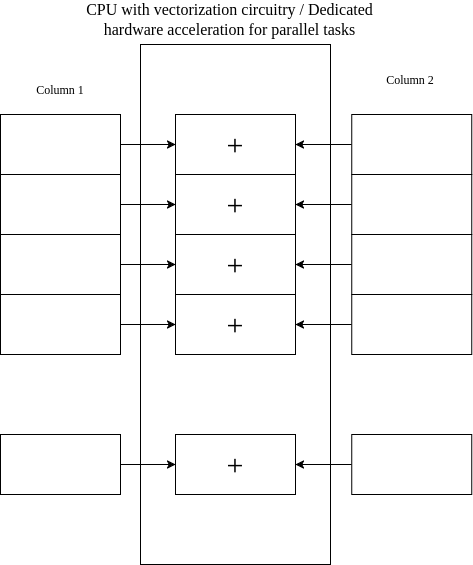
This is public/ox-hugo/HardwareAcceleration.png from Joash09/blog, a draw.io export, as it was before one commit. Source tidied: cells renumbered, new cells last; positions are measured from the earlier drawing's top-left corner, leaving out a move shared by most shapes.
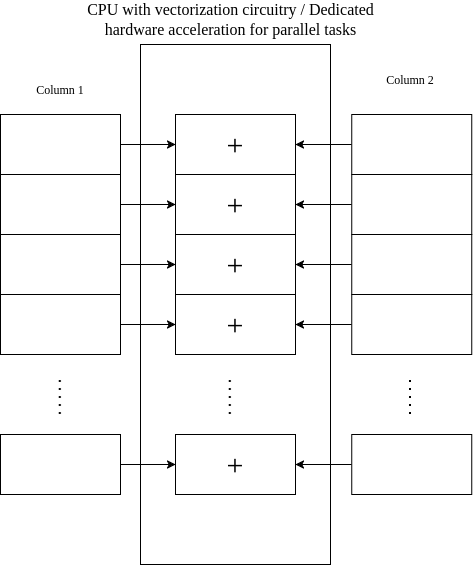
After the commit.

Commit message:
Minor spelling / grammar fixes

What changed in the source:
```diff
@@ -89,5 +89,23 @@
     <mxCell id="30" value="Column 2" style="text;html=1;whiteSpace=wrap;strokeColor=none;fillColor=none;align=center;verticalAlign=middle;rounded=0;" parent="1" vertex="1">
       <mxGeometry x="380" y="60" width="60" height="30" as="geometry" />
     </mxCell>
+    <mxCell id="31" style="endArrow=none;dashed=1;html=1;dashPattern=1 3;strokeWidth=2;rounded=0;" parent="1" edge="1">
+      <mxGeometry relative="1" as="geometry">
+        <mxPoint x="410" y="410" as="sourcePoint" />
+        <mxPoint x="410" y="370" as="targetPoint" />
+      </mxGeometry>
+    </mxCell>
+    <mxCell id="32" style="endArrow=none;dashed=1;html=1;dashPattern=1 3;strokeWidth=2;rounded=0;" parent="1" edge="1">
+      <mxGeometry relative="1" as="geometry">
+        <mxPoint x="229.8" y="410" as="sourcePoint" />
+        <mxPoint x="229.8" y="370" as="targetPoint" />
+      </mxGeometry>
+    </mxCell>
+    <mxCell id="33" style="endArrow=none;dashed=1;html=1;dashPattern=1 3;strokeWidth=2;rounded=0;" parent="1" edge="1">
+      <mxGeometry relative="1" as="geometry">
+        <mxPoint x="59.8" y="410" as="sourcePoint" />
+        <mxPoint x="59.8" y="370" as="targetPoint" />
+      </mxGeometry>
+    </mxCell>
   </root>
 </mxGraphModel>
```
